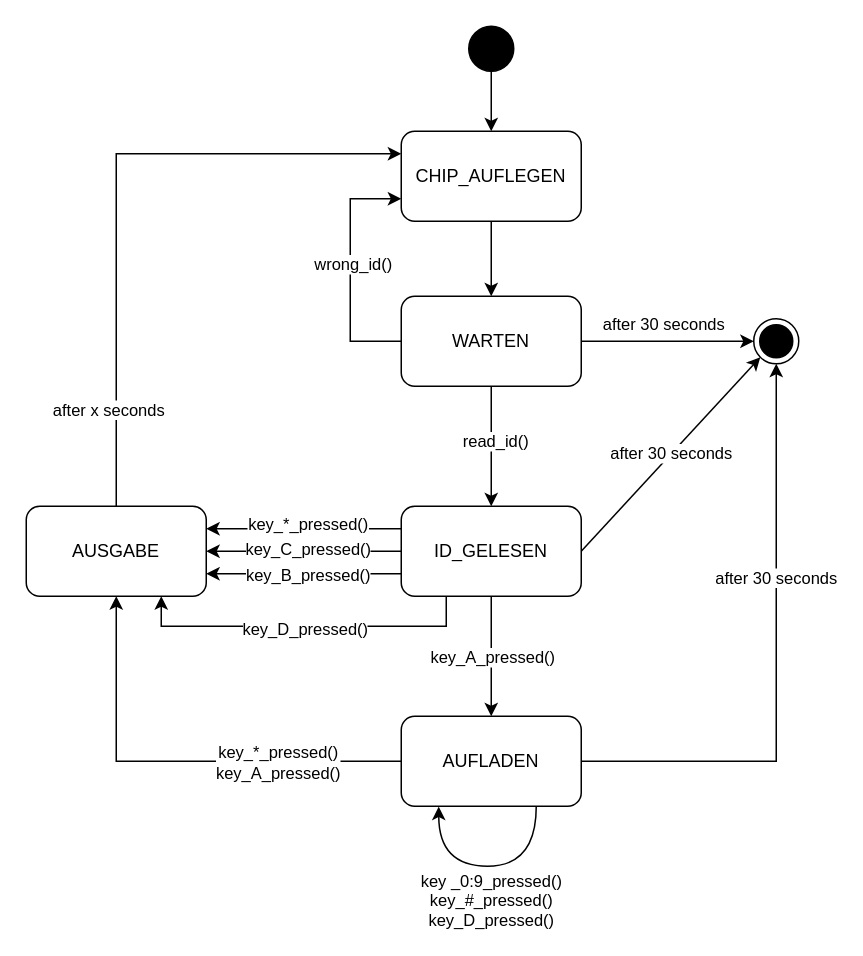
Before: design/StatePattern.drawio in lukas-honold/BudeRFID, a draw.io diagram. Source tidied: cells renumbered, new cells numbered last; positions are measured from the earlier drawing's top-left corner, leaving out a move shared by most shapes. Both pictures are drawn from the tidied source at 150%, with x=0, y=0 at pixel (26, 26).
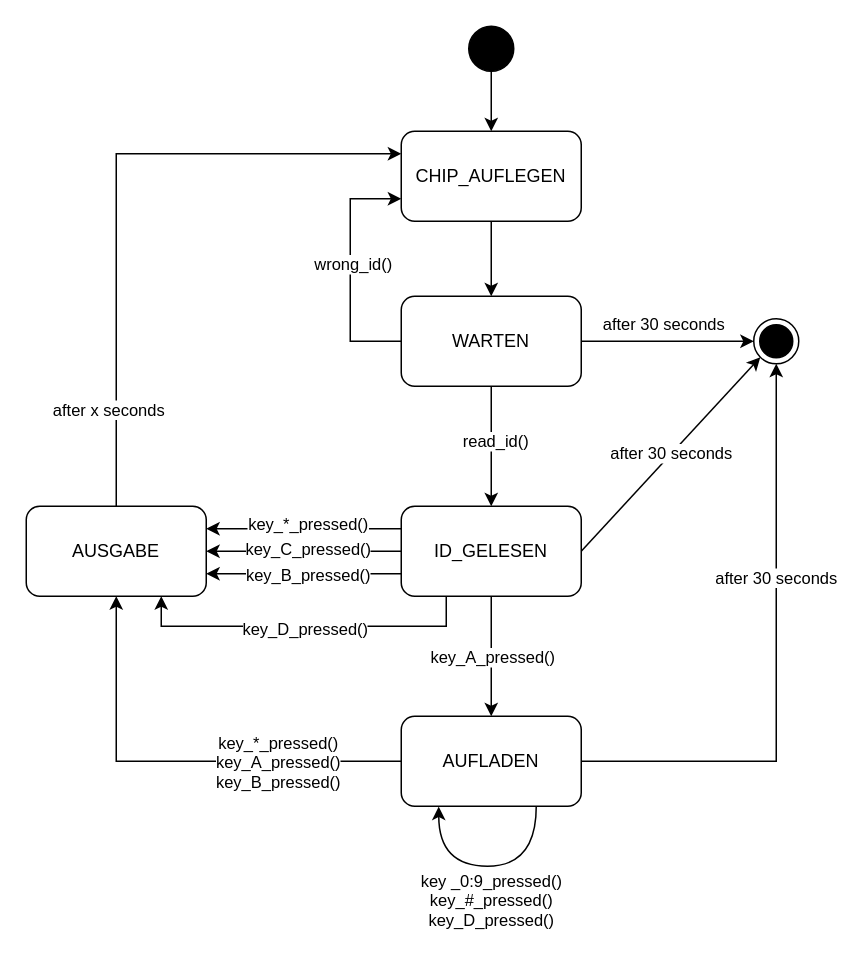
The same page after the edit.

Commit message:
State diagram changed due to new pay-option

Diff of the diagram source:
```diff
@@
-    <mxCell id="31" value="key_*_pressed()&lt;br&gt;key_A_pressed()" style="edgeLabel;html=1;align=center;verticalAlign=middle;" parent="1" vertex="1">
+    <mxCell id="31" value="key_*_pressed()&lt;br&gt;key_A_pressed()&lt;br&gt;key_B_pressed()" style="edgeLabel;html=1;align=center;verticalAlign=middle;" parent="1" vertex="1">
       <mxGeometry x="167" y="490" as="geometry" />
     </mxCell>
```
